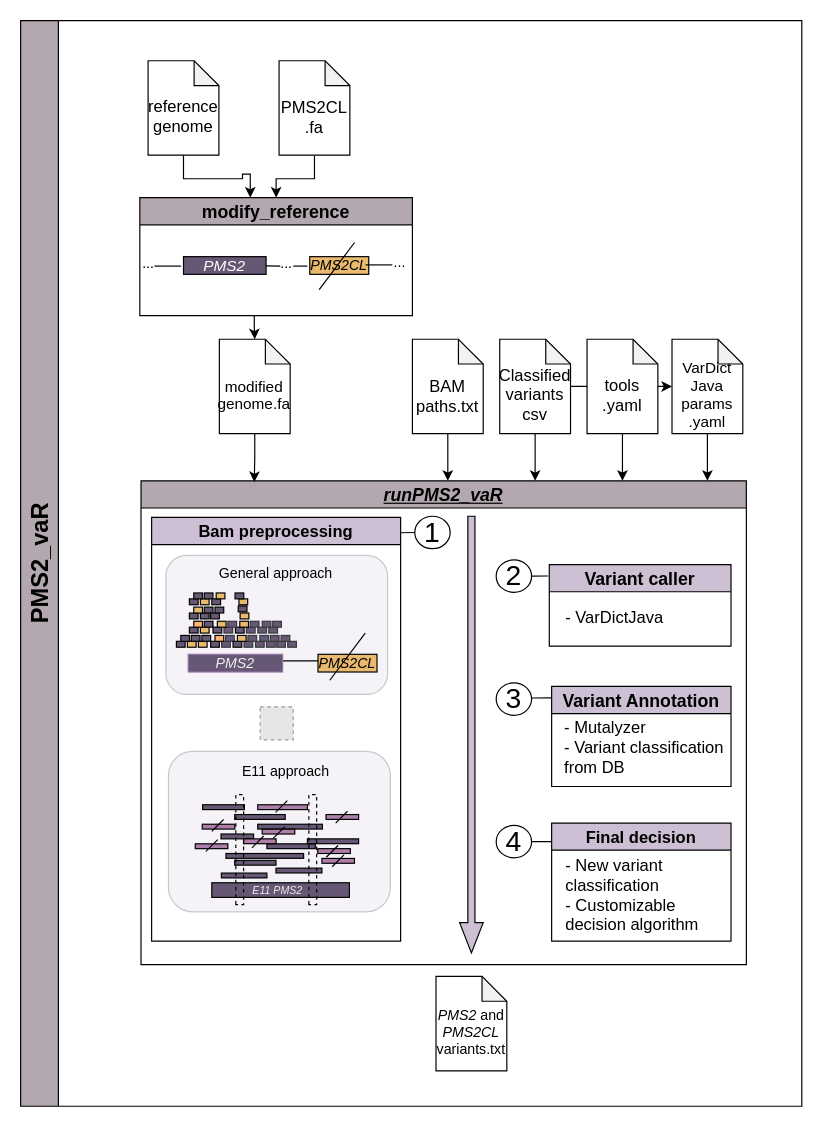
The draw.io diagram WF/Figure1.drawio in emunte/PMS2_vaR, before the edit. Source tidied: cells renumbered, new cells numbered last; positions are measured from the earlier drawing's top-left corner, leaving out a move shared by most shapes. Both pictures are drawn from the tidied source at 118%, with x=0, y=0 at pixel (20, 20). Pictures stored in the file or linked from it are replaced by grey dashed boxes.
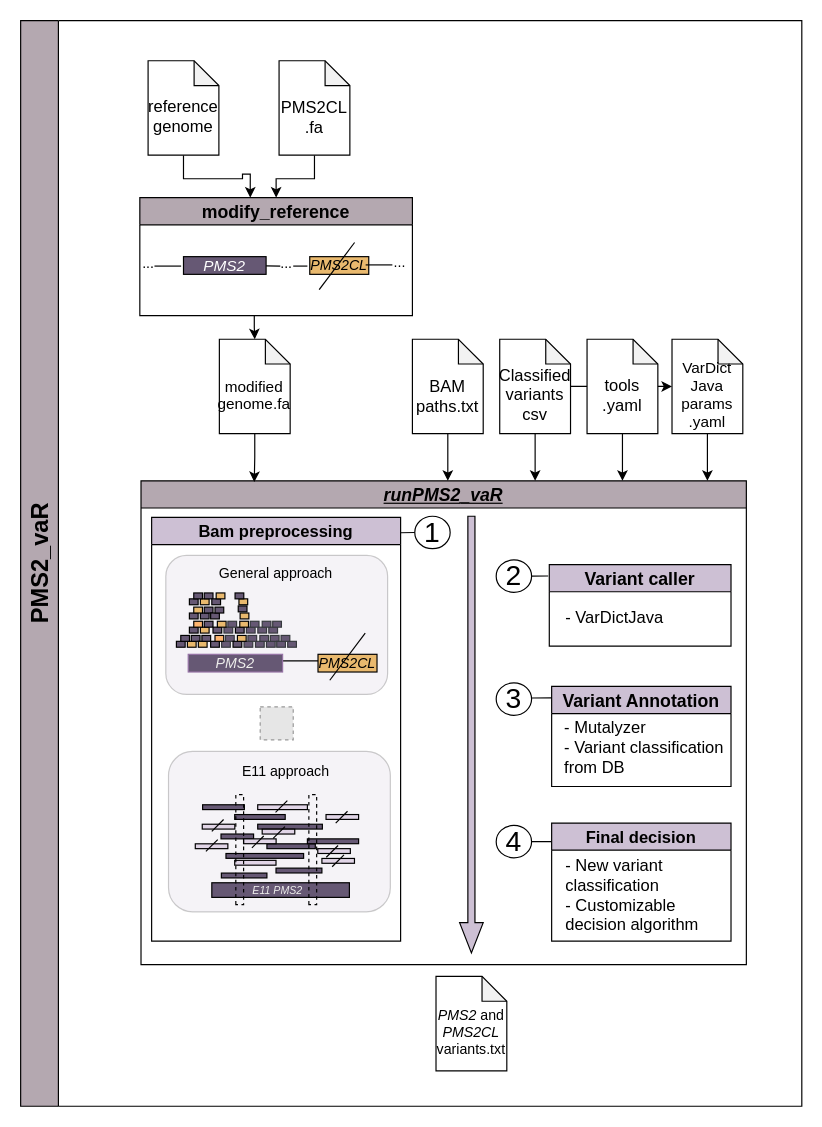
After the change.

The change refers to these unchanged cells:
```xml
<mxCell id="4" style="group;" parent="3" vertex="1">
  <mxGeometry x="28" y="188.5" width="174.3" height="145.7" as="geometry" />
</mxCell>
```

Diff of the diagram source:
```diff
@@
-    <mxCell id="7" style="rounded=0;whiteSpace=wrap;html=1;fillColor=#665874;" parent="4" vertex="1">
+    <mxCell id="7" style="rounded=0;whiteSpace=wrap;html=1;fillColor=#e1d5e7;strokeColor=#000000;" parent="4" vertex="1">
       <mxGeometry x="42.4" y="102.1" width="35" height="4.1" as="geometry" />
     </mxCell>
@@
-    <mxCell id="15" style="rounded=0;whiteSpace=wrap;html=1;fillColor=#ad7fa8;" parent="4" vertex="1">
+    <mxCell id="15" style="rounded=0;whiteSpace=wrap;html=1;fillColor=#e1d5e7;strokeColor=#000000;" parent="4" vertex="1">
       <mxGeometry x="14.9" y="71.5" width="27.6" height="4.1" as="geometry" />
     </mxCell>
-    <mxCell id="16" style="rounded=0;whiteSpace=wrap;html=1;fillColor=#ad7fa8;" parent="4" vertex="1">
+    <mxCell id="16" style="rounded=0;whiteSpace=wrap;html=1;fillColor=#e1d5e7;strokeColor=#000000;" parent="4" vertex="1">
       <mxGeometry x="9" y="88.1" width="27.6" height="4.1" as="geometry" />
     </mxCell>
-    <mxCell id="17" style="rounded=0;whiteSpace=wrap;html=1;fillColor=#ad7fa8;" parent="4" vertex="1">
+    <mxCell id="17" style="rounded=0;whiteSpace=wrap;html=1;fillColor=#e1d5e7;strokeColor=#000000;" parent="4" vertex="1">
       <mxGeometry x="65.7" y="75.7" width="27.6" height="4.1" as="geometry" />
     </mxCell>
-    <mxCell id="18" style="rounded=0;whiteSpace=wrap;html=1;fillColor=#ad7fa8;" parent="4" vertex="1">
+    <mxCell id="18" style="rounded=0;whiteSpace=wrap;html=1;fillColor=#e1d5e7;strokeColor=#000000;" parent="4" vertex="1">
       <mxGeometry x="61.9" y="55" width="42.1" height="4.1" as="geometry" />
     </mxCell>
@@
-    <mxCell id="20" style="rounded=0;whiteSpace=wrap;html=1;fillColor=#ad7fa8;" parent="4" vertex="1">
+    <mxCell id="20" style="rounded=0;whiteSpace=wrap;html=1;fillColor=#e1d5e7;strokeColor=#000000;" parent="4" vertex="1">
       <mxGeometry x="112.8" y="92.2" width="27.6" height="4.1" as="geometry" />
     </mxCell>
-    <mxCell id="21" style="rounded=0;whiteSpace=wrap;html=1;fillColor=#ad7fa8;" parent="4" vertex="1">
+    <mxCell id="21" style="rounded=0;whiteSpace=wrap;html=1;fillColor=#e1d5e7;strokeColor=#000000;" parent="4" vertex="1">
       <mxGeometry x="116.3" y="100.5" width="27.6" height="4.1" as="geometry" />
     </mxCell>
@@
-    <mxCell id="23" style="rounded=0;whiteSpace=wrap;html=1;fillColor=#ad7fa8;" parent="4" vertex="1">
+    <mxCell id="23" style="rounded=0;whiteSpace=wrap;html=1;fillColor=#e1d5e7;strokeColor=#000000;" parent="4" vertex="1">
       <mxGeometry x="119.8" y="63.3" width="27.6" height="4.1" as="geometry" />
     </mxCell>
-    <mxCell id="24" style="rounded=0;whiteSpace=wrap;html=1;fillColor=#ad7fa8;" parent="4" vertex="1">
+    <mxCell id="24" style="rounded=0;whiteSpace=wrap;html=1;fillColor=#e1d5e7;strokeColor=#000000;" parent="4" vertex="1">
       <mxGeometry x="49.9" y="83.9" width="27.6" height="4.1" as="geometry" />
     </mxCell>
```
